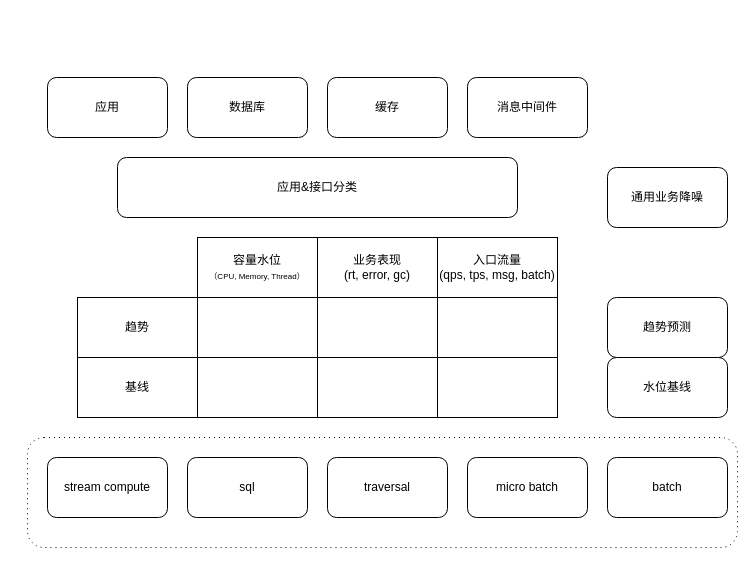
frankneu/draw.io keeps this draw.io diagram as 容量风险识别20200407.drawio. Above is the earlier version. Source tidied: cells renumbered, new cells numbered last; positions are measured from the earlier drawing's top-left corner, leaving out a move shared by most shapes. Both pictures are drawn from the tidied source at 100%, with x=0, y=0 at pixel (27, 77).
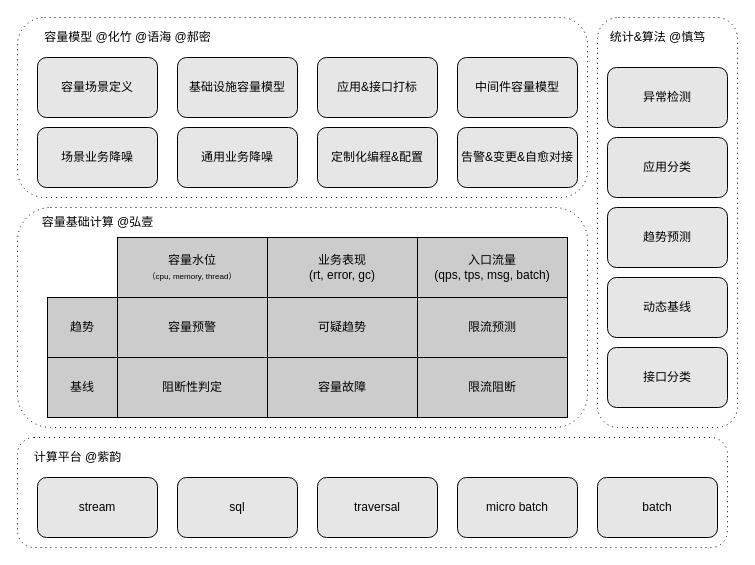
After the change.

Commit message (it also covers changes not shown here):
Update 容量风险识别20200407.drawio

What changed in the source:
```diff
@@
+    <mxCell id="27" style="shape=ext;rounded=1;html=1;whiteSpace=wrap;dashed=1;dashPattern=1 4;" parent="1" vertex="1">
+      <mxGeometry x="-10" y="-60" width="570" height="180" as="geometry" />
+    </mxCell>
+    <mxCell id="28" style="shape=ext;rounded=1;html=1;whiteSpace=wrap;dashed=1;dashPattern=1 4;" parent="1" vertex="1">
+      <mxGeometry x="-10" y="130" width="570" height="220" as="geometry" />
+    </mxCell>
+    <mxCell id="29" style="shape=ext;rounded=1;html=1;whiteSpace=wrap;dashed=1;dashPattern=1 4;" parent="1" vertex="1">
+      <mxGeometry x="570" y="-60" width="140" height="410" as="geometry" />
+    </mxCell>
     <mxCell id="2" style="shape=ext;rounded=1;html=1;whiteSpace=wrap;dashed=1;dashPattern=1 4;" parent="1" vertex="1">
-      <mxGeometry y="360" width="710" height="110" as="geometry" />
+      <mxGeometry x="-10" y="360" width="710" height="110" as="geometry" />
     </mxCell>
-    <mxCell id="3" value="应用" style="rounded=1;whiteSpace=wrap;html=1;" parent="1" vertex="1">
-      <mxGeometry x="20" width="120" height="60" as="geometry" />
+    <mxCell id="3" value="基础设施容量模型" style="rounded=1;whiteSpace=wrap;html=1;fillColor=#E6E6E6;" parent="1" vertex="1">
+      <mxGeometry x="150" y="-20" width="120" height="60" as="geometry" />
     </mxCell>
-    <mxCell id="4" value="数据库" style="rounded=1;whiteSpace=wrap;html=1;" parent="1" vertex="1">
-      <mxGeometry x="160" width="120" height="60" as="geometry" />
+    <mxCell id="4" value="&lt;span style=&quot;white-space: normal&quot;&gt;应用&amp;amp;接口打标&lt;/span&gt;" style="rounded=1;whiteSpace=wrap;html=1;fillColor=#E6E6E6;" parent="1" vertex="1">
+      <mxGeometry x="290" y="-20" width="120" height="60" as="geometry" />
     </mxCell>
-    <mxCell id="5" value="缓存" style="rounded=1;whiteSpace=wrap;html=1;" parent="1" vertex="1">
-      <mxGeometry x="300" width="120" height="60" as="geometry" />
-    </mxCell>
-    <mxCell id="6" value="消息中间件" style="rounded=1;whiteSpace=wrap;html=1;" parent="1" vertex="1">
-      <mxGeometry x="440" width="120" height="60" as="geometry" />
+    <mxCell id="6" value="中间件容量模型" style="rounded=1;whiteSpace=wrap;html=1;fillColor=#E6E6E6;" parent="1" vertex="1">
+      <mxGeometry x="430" y="-20" width="120" height="60" as="geometry" />
     </mxCell>
-    <mxCell id="7" value="应用&amp;amp;接口分类" style="rounded=1;whiteSpace=wrap;html=1;" parent="1" vertex="1">
-      <mxGeometry x="90" y="80" width="400" height="60" as="geometry" />
+    <mxCell id="7" value="定制化编程&amp;amp;配置" style="rounded=1;whiteSpace=wrap;html=1;fillColor=#E6E6E6;" parent="1" vertex="1">
+      <mxGeometry x="290" y="50" width="120" height="60" as="geometry" />
     </mxCell>
-    <mxCell id="8" value="通用业务降噪" style="rounded=1;whiteSpace=wrap;html=1;" parent="1" vertex="1">
-      <mxGeometry x="580" y="90" width="120" height="60" as="geometry" />
+    <mxCell id="8" value="告警&amp;amp;变更&amp;amp;自愈对接" style="rounded=1;whiteSpace=wrap;html=1;fillColor=#E6E6E6;" parent="1" vertex="1">
+      <mxGeometry x="430" y="50" width="120" height="60" as="geometry" />
     </mxCell>
-    <mxCell id="9" value="容量水位&lt;br&gt;&lt;font style=&quot;font-size: 8px&quot;&gt;（CPU, Memory, Thread）&lt;/font&gt;" style="rounded=0;whiteSpace=wrap;html=1;" parent="1" vertex="1">
-      <mxGeometry x="170" y="160" width="120" height="60" as="geometry" />
+    <mxCell id="9" value="容量水位&lt;br&gt;&lt;font style=&quot;font-size: 8px&quot;&gt;（cpu, memory, thread）&lt;/font&gt;" style="rounded=0;whiteSpace=wrap;html=1;fillColor=#CCCCCC;" parent="1" vertex="1">
+      <mxGeometry x="90" y="160" width="150" height="60" as="geometry" />
     </mxCell>
-    <mxCell id="10" value="业务表现&lt;br&gt;(rt, error, gc)" style="rounded=0;whiteSpace=wrap;html=1;" parent="1" vertex="1">
-      <mxGeometry x="290" y="160" width="120" height="60" as="geometry" />
+    <mxCell id="10" value="业务表现&lt;br&gt;(rt, error, gc)" style="rounded=0;whiteSpace=wrap;html=1;fillColor=#CCCCCC;" parent="1" vertex="1">
+      <mxGeometry x="240" y="160" width="150" height="60" as="geometry" />
     </mxCell>
-    <mxCell id="11" value="入口流量&lt;br&gt;(qps, tps, msg, batch)" style="rounded=0;whiteSpace=wrap;html=1;" parent="1" vertex="1">
-      <mxGeometry x="410" y="160" width="120" height="60" as="geometry" />
+    <mxCell id="11" value="入口流量&lt;br&gt;(qps, tps, msg, batch)" style="rounded=0;whiteSpace=wrap;html=1;fillColor=#CCCCCC;" parent="1" vertex="1">
+      <mxGeometry x="390" y="160" width="150" height="60" as="geometry" />
     </mxCell>
-    <mxCell id="12" value="趋势" style="rounded=0;whiteSpace=wrap;html=1;" parent="1" vertex="1">
-      <mxGeometry x="50" y="220" width="120" height="60" as="geometry" />
+    <mxCell id="12" value="趋势" style="rounded=0;whiteSpace=wrap;html=1;fillColor=#CCCCCC;" parent="1" vertex="1">
+      <mxGeometry x="20" y="220" width="70" height="60" as="geometry" />
     </mxCell>
-    <mxCell id="13" style="rounded=0;whiteSpace=wrap;html=1;" parent="1" vertex="1">
-      <mxGeometry x="170" y="220" width="120" height="60" as="geometry" />
+    <mxCell id="13" value="容量预警" style="rounded=0;whiteSpace=wrap;html=1;fillColor=#CCCCCC;" parent="1" vertex="1">
+      <mxGeometry x="90" y="220" width="150" height="60" as="geometry" />
     </mxCell>
-    <mxCell id="14" style="rounded=0;whiteSpace=wrap;html=1;" parent="1" vertex="1">
-      <mxGeometry x="290" y="220" width="120" height="60" as="geometry" />
-    </mxCell>
-    <mxCell id="15" style="rounded=0;whiteSpace=wrap;html=1;" parent="1" vertex="1">
-      <mxGeometry x="410" y="220" width="120" height="60" as="geometry" />
-    </mxCell>
-    <mxCell id="16" value="基线" style="rounded=0;whiteSpace=wrap;html=1;" parent="1" vertex="1">
-      <mxGeometry x="50" y="280" width="120" height="60" as="geometry" />
+    <mxCell id="16" value="基线" style="rounded=0;whiteSpace=wrap;html=1;fillColor=#CCCCCC;" parent="1" vertex="1">
+      <mxGeometry x="20" y="280" width="70" height="60" as="geometry" />
     </mxCell>
-    <mxCell id="17" style="rounded=0;whiteSpace=wrap;html=1;" parent="1" vertex="1">
-      <mxGeometry x="170" y="280" width="120" height="60" as="geometry" />
-    </mxCell>
-    <mxCell id="18" style="rounded=0;whiteSpace=wrap;html=1;" parent="1" vertex="1">
-      <mxGeometry x="290" y="280" width="120" height="60" as="geometry" />
-    </mxCell>
-    <mxCell id="19" style="rounded=0;whiteSpace=wrap;html=1;" parent="1" vertex="1">
-      <mxGeometry x="410" y="280" width="120" height="60" as="geometry" />
-    </mxCell>
-    <mxCell id="20" value="趋势预测" style="rounded=1;whiteSpace=wrap;html=1;" parent="1" vertex="1">
-      <mxGeometry x="580" y="220" width="120" height="60" as="geometry" />
+    <mxCell id="20" value="趋势预测" style="rounded=1;whiteSpace=wrap;html=1;fillColor=#E6E6E6;" parent="1" vertex="1">
+      <mxGeometry x="580" y="130" width="120" height="60" as="geometry" />
     </mxCell>
-    <mxCell id="21" value="水位基线" style="rounded=1;whiteSpace=wrap;html=1;" parent="1" vertex="1">
-      <mxGeometry x="580" y="280" width="120" height="60" as="geometry" />
+    <mxCell id="21" value="动态基线" style="rounded=1;whiteSpace=wrap;html=1;fillColor=#E6E6E6;" parent="1" vertex="1">
+      <mxGeometry x="580" y="200" width="120" height="60" as="geometry" />
     </mxCell>
-    <mxCell id="22" value="stream compute" style="rounded=1;whiteSpace=wrap;html=1;" parent="1" vertex="1">
-      <mxGeometry x="20" y="380" width="120" height="60" as="geometry" />
+    <mxCell id="22" value="stream" style="rounded=1;whiteSpace=wrap;html=1;fillColor=#E6E6E6;" parent="1" vertex="1">
+      <mxGeometry x="10" y="400" width="120" height="60" as="geometry" />
     </mxCell>
-    <mxCell id="23" value="sql" style="rounded=1;whiteSpace=wrap;html=1;" parent="1" vertex="1">
-      <mxGeometry x="160" y="380" width="120" height="60" as="geometry" />
+    <mxCell id="23" value="sql" style="rounded=1;whiteSpace=wrap;html=1;fillColor=#E6E6E6;" parent="1" vertex="1">
+      <mxGeometry x="150" y="400" width="120" height="60" as="geometry" />
     </mxCell>
-    <mxCell id="24" value="traversal" style="rounded=1;whiteSpace=wrap;html=1;" parent="1" vertex="1">
-      <mxGeometry x="300" y="380" width="120" height="60" as="geometry" />
+    <mxCell id="24" value="traversal" style="rounded=1;whiteSpace=wrap;html=1;fillColor=#E6E6E6;" parent="1" vertex="1">
+      <mxGeometry x="290" y="400" width="120" height="60" as="geometry" />
     </mxCell>
-    <mxCell id="25" value="micro batch" style="rounded=1;whiteSpace=wrap;html=1;" parent="1" vertex="1">
-      <mxGeometry x="440" y="380" width="120" height="60" as="geometry" />
+    <mxCell id="25" value="micro batch" style="rounded=1;whiteSpace=wrap;html=1;fillColor=#E6E6E6;" parent="1" vertex="1">
+      <mxGeometry x="430" y="400" width="120" height="60" as="geometry" />
     </mxCell>
-    <mxCell id="26" value="batch" style="rounded=1;whiteSpace=wrap;html=1;" parent="1" vertex="1">
-      <mxGeometry x="580" y="380" width="120" height="60" as="geometry" />
+    <mxCell id="26" value="batch" style="rounded=1;whiteSpace=wrap;html=1;fillColor=#E6E6E6;" parent="1" vertex="1">
+      <mxGeometry x="570" y="400" width="120" height="60" as="geometry" />
     </mxCell>
+    <mxCell id="30" value="可疑趋势" style="rounded=0;whiteSpace=wrap;html=1;fillColor=#CCCCCC;" parent="1" vertex="1">
+      <mxGeometry x="240" y="220" width="150" height="60" as="geometry" />
+    </mxCell>
+    <mxCell id="31" value="限流预测" style="rounded=0;whiteSpace=wrap;html=1;fillColor=#CCCCCC;" parent="1" vertex="1">
+      <mxGeometry x="390" y="220" width="150" height="60" as="geometry" />
+    </mxCell>
+    <mxCell id="32" value="阻断性判定" style="rounded=0;whiteSpace=wrap;html=1;fillColor=#CCCCCC;" parent="1" vertex="1">
+      <mxGeometry x="90" y="280" width="150" height="60" as="geometry" />
+    </mxCell>
+    <mxCell id="33" value="容量故障" style="rounded=0;whiteSpace=wrap;html=1;fillColor=#CCCCCC;" parent="1" vertex="1">
+      <mxGeometry x="240" y="280" width="150" height="60" as="geometry" />
+    </mxCell>
+    <mxCell id="34" value="限流阻断" style="rounded=0;whiteSpace=wrap;html=1;fillColor=#CCCCCC;" parent="1" vertex="1">
+      <mxGeometry x="390" y="280" width="150" height="60" as="geometry" />
+    </mxCell>
+    <mxCell id="35" value="计算平台 @紫韵" style="text;html=1;align=center;verticalAlign=middle;" parent="1" vertex="1">
+      <mxGeometry y="370" width="100" height="20" as="geometry" />
+    </mxCell>
+    <mxCell id="36" value="统计&amp;amp;算法 @慎笃" style="text;html=1;align=center;verticalAlign=middle;" parent="1" vertex="1">
+      <mxGeometry x="575" y="-50" width="110" height="20" as="geometry" />
+    </mxCell>
+    <mxCell id="37" value="容量基础计算 @弘壹" style="text;html=1;align=center;verticalAlign=middle;" parent="1" vertex="1">
+      <mxGeometry x="5" y="135" width="130" height="20" as="geometry" />
+    </mxCell>
+    <mxCell id="38" value="应用分类" style="rounded=1;whiteSpace=wrap;html=1;fillColor=#E6E6E6;" parent="1" vertex="1">
+      <mxGeometry x="580" y="60" width="120" height="60" as="geometry" />
+    </mxCell>
+    <mxCell id="39" value="异常检测" style="rounded=1;whiteSpace=wrap;html=1;fillColor=#E6E6E6;" parent="1" vertex="1">
+      <mxGeometry x="580" y="-10" width="120" height="60" as="geometry" />
+    </mxCell>
+    <mxCell id="40" value="&lt;span style=&quot;white-space: normal&quot;&gt;通用业务降噪&lt;/span&gt;" style="rounded=1;whiteSpace=wrap;html=1;fillColor=#E6E6E6;" parent="1" vertex="1">
+      <mxGeometry x="150" y="50" width="120" height="60" as="geometry" />
+    </mxCell>
+    <mxCell id="41" value="容量场景定义" style="rounded=1;whiteSpace=wrap;html=1;fillColor=#E6E6E6;" parent="1" vertex="1">
+      <mxGeometry x="10" y="-20" width="120" height="60" as="geometry" />
+    </mxCell>
+    <mxCell id="42" value="场景业务降噪" style="rounded=1;whiteSpace=wrap;html=1;fillColor=#E6E6E6;" parent="1" vertex="1">
+      <mxGeometry x="10" y="50" width="120" height="60" as="geometry" />
+    </mxCell>
+    <mxCell id="43" value="容量模型 @化竹 @语海 @郝密" style="text;html=1;align=center;verticalAlign=middle;" parent="1" vertex="1">
+      <mxGeometry x="10" y="-50" width="180" height="20" as="geometry" />
+    </mxCell>
+    <mxCell id="44" value="接口分类" style="rounded=1;whiteSpace=wrap;html=1;fillColor=#E6E6E6;" parent="1" vertex="1">
+      <mxGeometry x="580" y="270" width="120" height="60" as="geometry" />
+    </mxCell>
```
